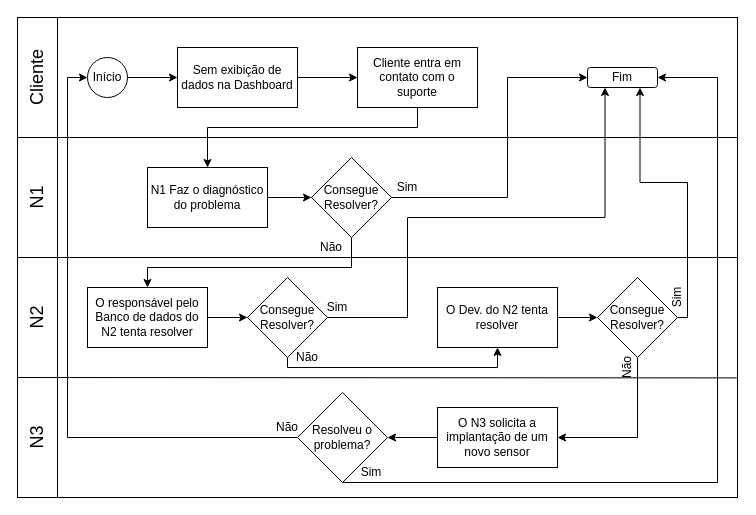
Above: Tecnologia da Informação/Fluxograma.drawio in Biotec-Sprint02/Projeto-PI (draw.io), before the change. Source tidied: cells renumbered, new cells numbered last; positions are measured from the earlier drawing's top-left corner, leaving out a move shared by most shapes. Both pictures are drawn from the tidied source at 100%, with x=0, y=0 at pixel (7, 17).
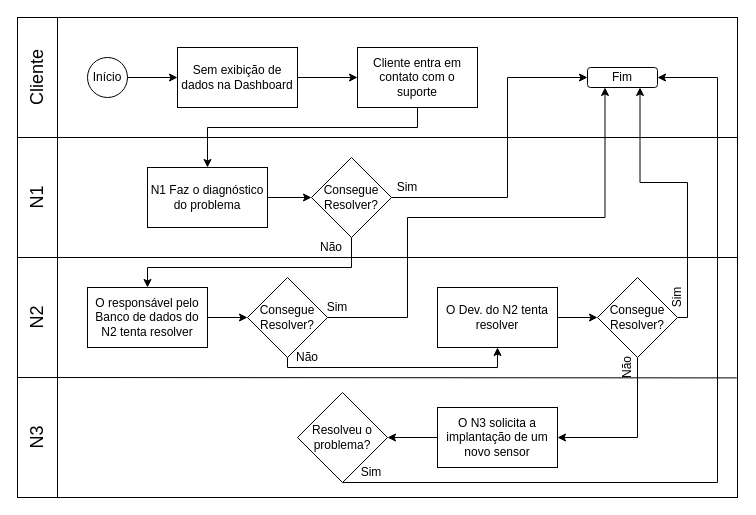
After the change.

The change refers to these unchanged cells:
```xml
<mxCell id="11" value="Início" style="text;html=1;strokeColor=none;fillColor=none;align=center;verticalAlign=middle;whiteSpace=wrap;rounded=0;fontSize=12;" parent="9" vertex="1">
  <mxGeometry y="10" width="40" height="20" as="geometry" />
</mxCell>
<mxCell id="41" value="Resolveu o problema?" style="rhombus;whiteSpace=wrap;html=1;" parent="1" vertex="1">
  <mxGeometry x="290" y="375" width="90" height="90" as="geometry" />
</mxCell>
```

Diff of the diagram source:
```diff
@@
-    <mxCell id="39" style="edgeStyle=orthogonalEdgeStyle;rounded=0;jettySize=auto;html=1;exitX=0;exitY=0.5;exitDx=0;exitDy=0;entryX=0;entryY=0.5;entryDx=0;entryDy=0;" parent="1" edge="1" source="41" target="11">
-      <mxGeometry relative="1" as="geometry" />
-    </mxCell>
@@
-    <mxCell id="42" value="Não" style="text;html=1;strokeColor=none;fillColor=none;align=center;verticalAlign=middle;whiteSpace=wrap;rounded=0;" parent="1" vertex="1">
-      <mxGeometry x="260" y="400" width="40" height="20" as="geometry" />
-    </mxCell>
```
